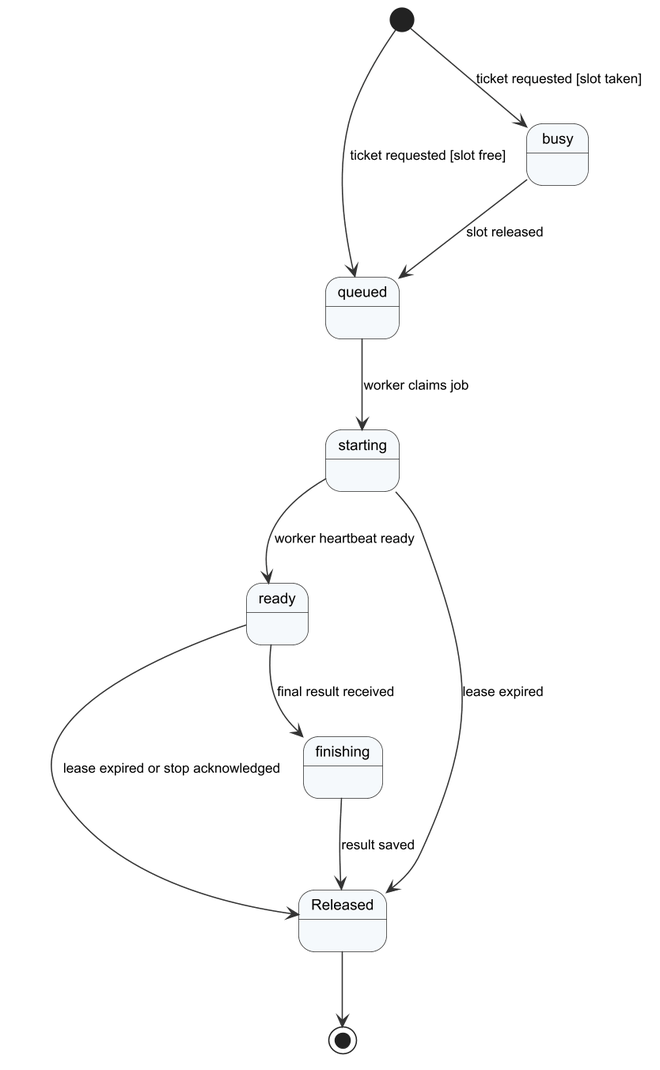
Tad-Min/PickleVerse keeps this PlantUML diagram as Doc/Project_report/Report/diagrams/png/r4_sm_lease.png. Above is the earlier version.
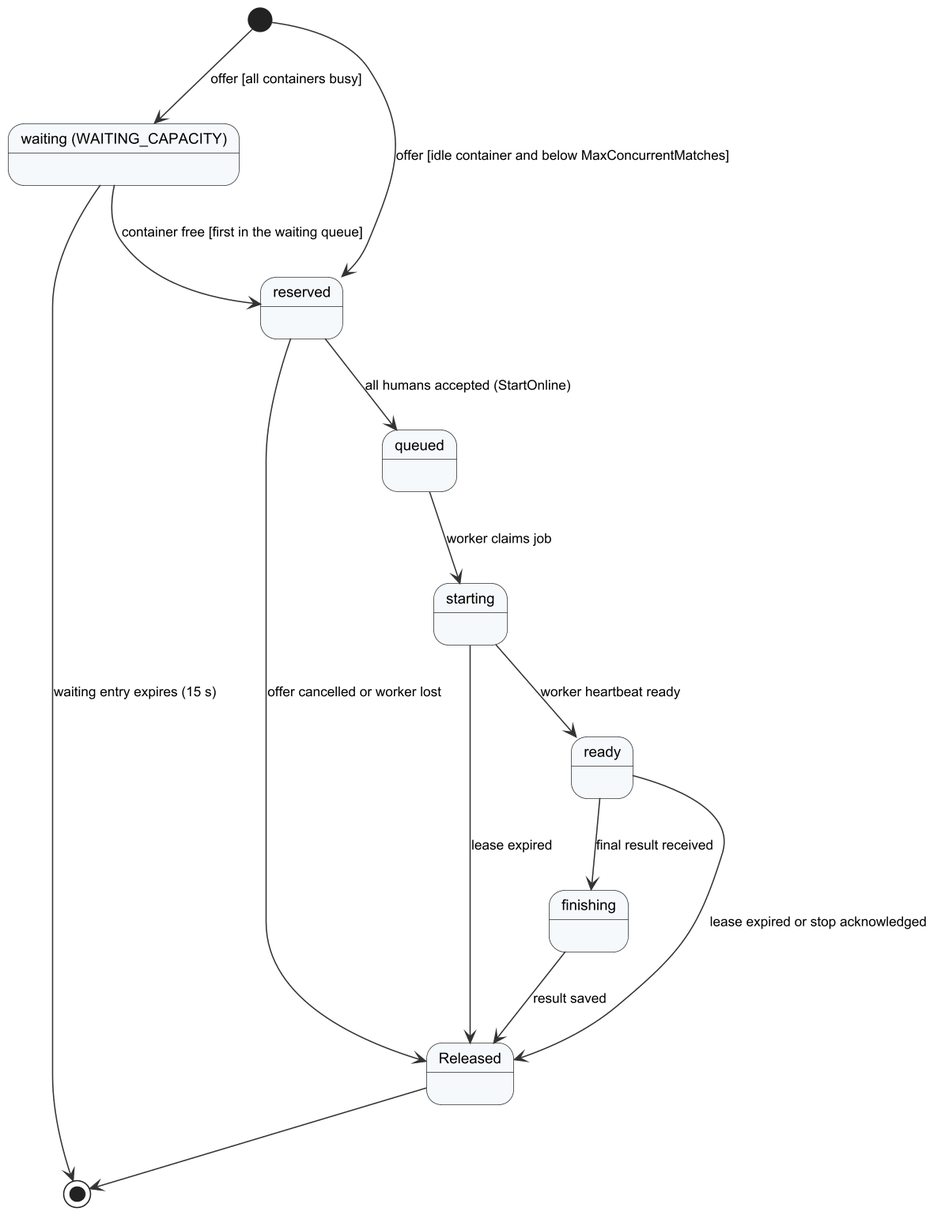
Later version of the same file.

Diff of the diagram source:
```diff
@@ -1,8 +1,12 @@
 @startuml r4_sm_lease
 !include _style.iuml
-[*] --> queued : ticket requested [slot free]
-[*] --> busy : ticket requested [slot taken]
-busy --> queued : slot released
+state "waiting (WAITING_CAPACITY)" as waiting
+[*] --> reserved : offer [idle container and below MaxConcurrentMatches]
+[*] --> waiting : offer [all containers busy]
+waiting --> reserved : container free [first in the waiting queue]
+waiting --> [*] : waiting entry expires (15 s)
+reserved --> queued : all humans accepted (StartOnline)
+reserved --> Released : offer cancelled or worker lost
 queued --> starting : worker claims job
 starting --> ready : worker heartbeat ready
 starting --> Released : lease expired
```
